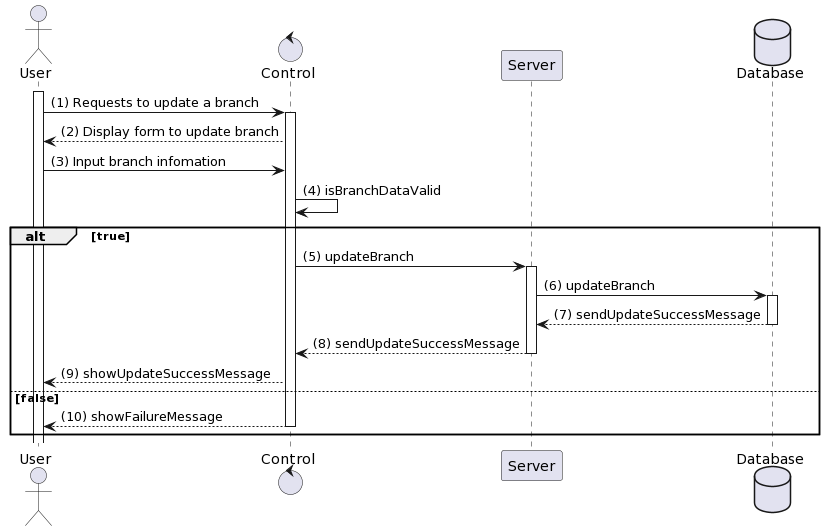
This is Lab 1/Lab 1.2/sequence_diagram/branch_management/update_branch.png from H1eu69/SE357-Pratice-class, a PlantUML export, as it was before one commit. Source of this version:
```plantuml
@startuml
actor User
control "Control" as C
participant "Server" as S
database Database

activate User
User -> C: (1) Requests to update a branch
activate C
C --> User: (2) Display form to update branch
User -> C: (3) Input branch infomation
C -> C: (4) isBranchDataValid
alt true
    C -> S: (5) updateBranch
    activate S
    S -> Database: (6) updateBranch
    activate Database
    Database --> S: (7) sendUpdateSuccessMessage
    deactivate Database
    S --> C: (8) sendUpdateSuccessMessage
    deactivate S
    C --> User: (9) showUpdateSuccessMessage
else false
    C --> User: (10) showFailureMessage
    deactivate C
end
@enduml
```
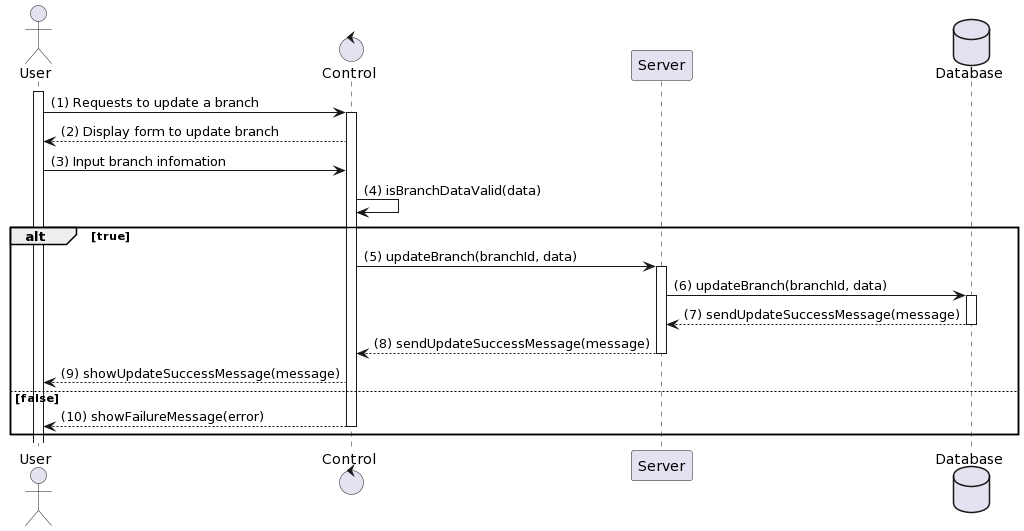
Later version of the same file.

What changed in the source:
```diff
@@ -9,19 +9,19 @@
 activate C
 C --> User: (2) Display form to update branch
 User -> C: (3) Input branch infomation
-C -> C: (4) isBranchDataValid
+C -> C: (4) isBranchDataValid(data)
 alt true
-    C -> S: (5) updateBranch
+    C -> S: (5) updateBranch(branchId, data)
     activate S
-    S -> Database: (6) updateBranch
+    S -> Database: (6) updateBranch(branchId, data)
     activate Database
-    Database --> S: (7) sendUpdateSuccessMessage
+    Database --> S: (7) sendUpdateSuccessMessage(message)
     deactivate Database
-    S --> C: (8) sendUpdateSuccessMessage
+    S --> C: (8) sendUpdateSuccessMessage(message)
     deactivate S
-    C --> User: (9) showUpdateSuccessMessage
+    C --> User: (9) showUpdateSuccessMessage(message)
 else false
-    C --> User: (10) showFailureMessage
+    C --> User: (10) showFailureMessage(error)
     deactivate C
 end
 @enduml
```
